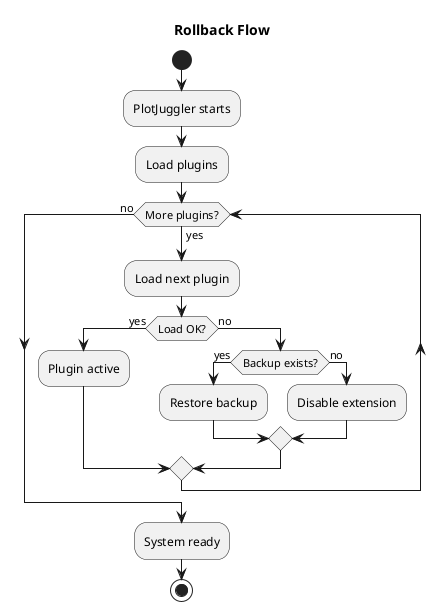
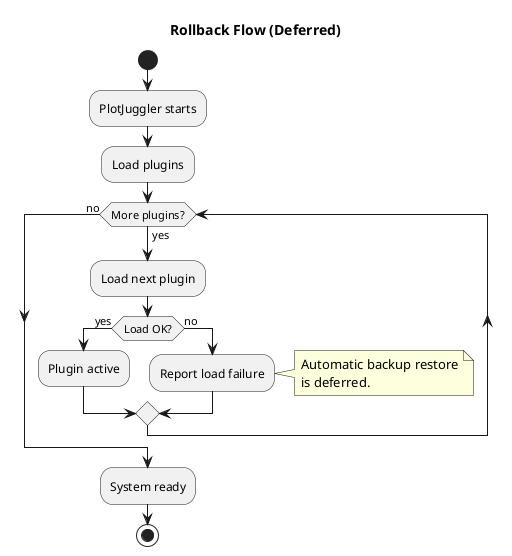
@startuml
skinparam backgroundColor white
- title Rollback Flow
+ title Rollback Flow (Deferred)

start
:PlotJuggler starts;
:Load plugins;
while (More plugins?) is (yes)
  :Load next plugin;
  if (Load OK?) then (yes)
    :Plugin active;
  else (no)
-     if (Backup exists?) then (yes)
-       :Restore backup;
-     else (no)
-       :Disable extension;
-     endif
+     :Report load failure;
+     note right
+       Automatic backup restore
+       is deferred.
+     end note
  endif
endwhile (no)
:System ready;
stop
@enduml
